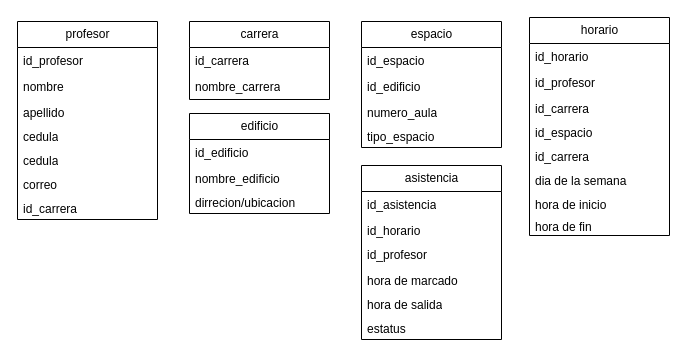
The draw.io diagram maquetado_de_base_datos.drawio in sewrgio/expres_projet, before the edit. Source tidied: cells renumbered, new cells numbered last; positions are measured from the earlier drawing's top-left corner, leaving out a move shared by most shapes. Both pictures are drawn from the tidied source at 100%, with x=0, y=0 at pixel (17, 17).
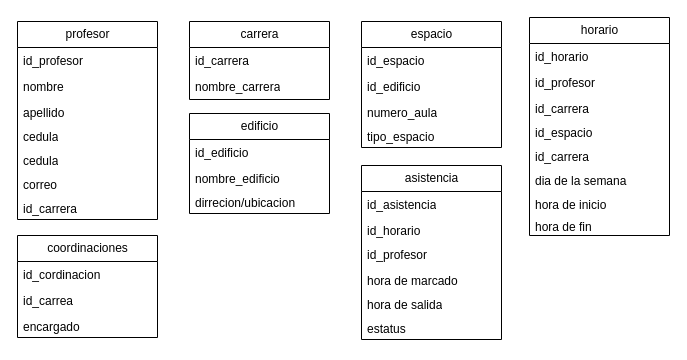
The same diagram, later.

Commit message:
tabla corrdinaciones

The edit, as a diff of the source:
```diff
@@
+    <mxCell id="38" value="coordinaciones" style="swimlane;fontStyle=0;horizontal=1;startSize=26;fillColor=none;html=1;" parent="1" vertex="1">
+      <mxGeometry y="218" width="140" height="102" as="geometry" />
+    </mxCell>
+    <mxCell id="39" value="id_cordinacion" style="text;strokeColor=none;fillColor=none;align=left;verticalAlign=top;spacingLeft=4;spacingRight=4;overflow=hidden;whiteSpace=wrap;html=1;" parent="38" vertex="1">
+      <mxGeometry y="26" width="140" height="26" as="geometry" />
+    </mxCell>
+    <mxCell id="40" value="id_carrea" style="text;strokeColor=none;fillColor=none;align=left;verticalAlign=top;spacingLeft=4;spacingRight=4;overflow=hidden;whiteSpace=wrap;html=1;" parent="38" vertex="1">
+      <mxGeometry y="52" width="140" height="26" as="geometry" />
+    </mxCell>
+    <mxCell id="41" value="encargado" style="text;strokeColor=none;fillColor=none;align=left;verticalAlign=top;spacingLeft=4;spacingRight=4;overflow=hidden;whiteSpace=wrap;html=1;" parent="38" vertex="1">
+      <mxGeometry y="78" width="140" height="24" as="geometry" />
+    </mxCell>
```
